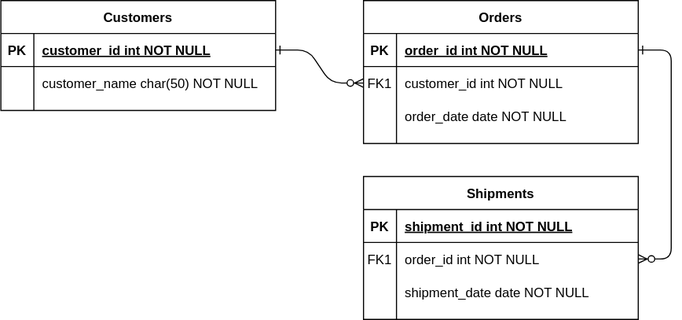
seffu/werafinder keeps this draw.io diagram as charts/werafinder_ERD.svg. Above is the earlier version. Source tidied: cells renumbered, new cells last; positions are measured from the earlier drawing's top-left corner, leaving out a move shared by most shapes.
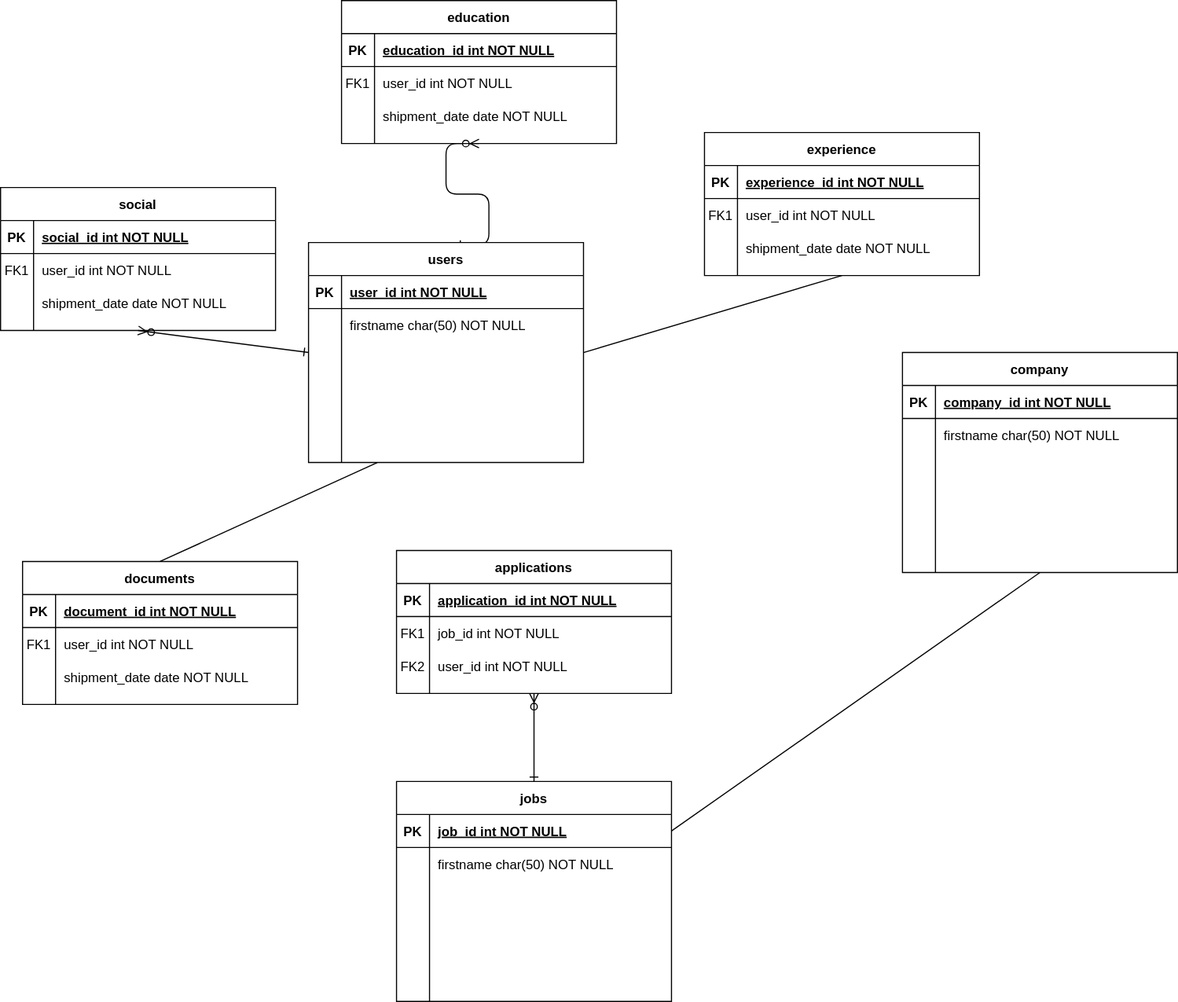
After the change.

What changed in the source:
```diff
@@ -2,44 +2,11 @@
   <root>
     <mxCell id="0" />
     <mxCell id="1" parent="0" />
-    <mxCell id="2" style="edgeStyle=entityRelationEdgeStyle;endArrow=ERzeroToMany;startArrow=ERone;endFill=1;startFill=0;" parent="1" edge="1" source="25" target="8">
+    <mxCell id="2" style="edgeStyle=entityRelationEdgeStyle;endArrow=ERzeroToMany;startArrow=ERone;endFill=1;startFill=0;entryX=0.5;entryY=1;entryDx=0;entryDy=0;exitX=0.536;exitY=0.01;exitDx=0;exitDy=0;exitPerimeter=0;rounded=1;" parent="1" edge="1" source="24" target="14">
       <mxGeometry relative="1" as="geometry" />
     </mxCell>
-    <mxCell id="3" style="edgeStyle=entityRelationEdgeStyle;endArrow=ERzeroToMany;startArrow=ERone;endFill=1;startFill=0;" parent="1" edge="1" source="5" target="18">
-      <mxGeometry relative="1" as="geometry" />
-    </mxCell>
-    <mxCell id="4" value="Orders" style="shape=table;startSize=30;rowLines=0;fontStyle=1;align=center;" parent="1" vertex="1">
-      <mxGeometry x="330" width="250" height="130" as="geometry" />
-    </mxCell>
-    <mxCell id="5" style="shape=partialRectangle;fillColor=none;points=[[0,0.5],[1,0.5]];portConstraint=eastwest;top=0;left=0;right=0;bottom=1;" parent="4" vertex="1">
-      <mxGeometry y="30" width="250" height="30" as="geometry" />
-    </mxCell>
-    <mxCell id="6" value="PK" style="shape=partialRectangle;overflow=hidden;fillColor=none;top=0;left=0;bottom=0;right=0;fontStyle=1;" parent="5" vertex="1">
-      <mxGeometry width="30" height="30" as="geometry" />
-    </mxCell>
-    <mxCell id="7" value="order_id int NOT NULL " style="shape=partialRectangle;overflow=hidden;fillColor=none;top=0;left=0;bottom=0;right=0;align=left;spacingLeft=6;fontStyle=5;" parent="5" vertex="1">
-      <mxGeometry x="30" width="220" height="30" as="geometry" />
-    </mxCell>
-    <mxCell id="8" style="shape=partialRectangle;fillColor=none;points=[[0,0.5],[1,0.5]];portConstraint=eastwest;top=0;left=0;right=0;bottom=0;" parent="4" vertex="1">
-      <mxGeometry y="60" width="250" height="30" as="geometry" />
-    </mxCell>
-    <mxCell id="9" value="FK1" style="shape=partialRectangle;overflow=hidden;fillColor=none;top=0;left=0;bottom=0;right=0;" parent="8" vertex="1">
-      <mxGeometry width="30" height="30" as="geometry" />
-    </mxCell>
-    <mxCell id="10" value="customer_id int NOT NULL" style="shape=partialRectangle;overflow=hidden;fillColor=none;top=0;left=0;bottom=0;right=0;align=left;spacingLeft=6;" parent="8" vertex="1">
-      <mxGeometry x="30" width="220" height="30" as="geometry" />
-    </mxCell>
-    <mxCell id="11" style="shape=partialRectangle;fillColor=none;top=0;left=0;right=0;bottom=0;" parent="4" vertex="1">
-      <mxGeometry y="90" width="250" height="30" as="geometry" />
-    </mxCell>
-    <mxCell id="12" style="shape=partialRectangle;overflow=hidden;fillColor=none;top=0;left=0;bottom=0;right=0;" parent="11" vertex="1">
-      <mxGeometry width="30" height="30" as="geometry" />
-    </mxCell>
-    <mxCell id="13" value="order_date date NOT NULL" style="shape=partialRectangle;overflow=hidden;fillColor=none;top=0;left=0;bottom=0;right=0;align=left;spacingLeft=6;" parent="11" vertex="1">
-      <mxGeometry x="30" width="220" height="30" as="geometry" />
-    </mxCell>
-    <mxCell id="14" value="Shipments" style="shape=table;startSize=30;rowLines=0;fontStyle=1;align=center;" parent="1" vertex="1">
-      <mxGeometry x="330" y="160" width="250" height="130" as="geometry" />
+    <mxCell id="14" value="education" style="shape=table;startSize=30;rowLines=0;fontStyle=1;align=center;" parent="1" vertex="1">
+      <mxGeometry x="220" y="-120" width="250" height="130" as="geometry" />
     </mxCell>
     <mxCell id="15" style="shape=partialRectangle;fillColor=none;top=0;left=0;right=0;bottom=1;" parent="14" vertex="1">
       <mxGeometry y="30" width="250" height="30" as="geometry" />
@@ -47,7 +14,7 @@
     <mxCell id="16" value="PK" style="shape=partialRectangle;overflow=hidden;fillColor=none;top=0;left=0;bottom=0;right=0;fontStyle=1;" parent="15" vertex="1">
       <mxGeometry width="30" height="30" as="geometry" />
     </mxCell>
-    <mxCell id="17" value="shipment_id int NOT NULL " style="shape=partialRectangle;overflow=hidden;fillColor=none;top=0;left=0;bottom=0;right=0;align=left;spacingLeft=6;fontStyle=5;" parent="15" vertex="1">
+    <mxCell id="17" value="education_id int NOT NULL " style="shape=partialRectangle;overflow=hidden;fillColor=none;top=0;left=0;bottom=0;right=0;align=left;spacingLeft=6;fontStyle=5;" parent="15" vertex="1">
       <mxGeometry x="30" width="220" height="30" as="geometry" />
     </mxCell>
     <mxCell id="18" style="shape=partialRectangle;fillColor=none;points=[[0,0.5],[1,0.5]];portConstraint=eastwest;top=0;left=0;right=0;bottom=0;" parent="14" vertex="1">
@@ -56,7 +23,7 @@
     <mxCell id="19" value="FK1" style="shape=partialRectangle;overflow=hidden;fillColor=none;top=0;left=0;bottom=0;right=0;" parent="18" vertex="1">
       <mxGeometry width="30" height="30" as="geometry" />
     </mxCell>
-    <mxCell id="20" value="order_id int NOT NULL" style="shape=partialRectangle;overflow=hidden;fillColor=none;top=0;left=0;bottom=0;right=0;align=left;spacingLeft=6;" parent="18" vertex="1">
+    <mxCell id="20" value="user_id int NOT NULL" style="shape=partialRectangle;overflow=hidden;fillColor=none;top=0;left=0;bottom=0;right=0;align=left;spacingLeft=6;" parent="18" vertex="1">
       <mxGeometry x="30" width="220" height="30" as="geometry" />
     </mxCell>
     <mxCell id="21" style="shape=partialRectangle;fillColor=none;top=0;left=0;right=0;bottom=0;" parent="14" vertex="1">
@@ -68,8 +35,8 @@
     <mxCell id="23" value="shipment_date date NOT NULL" style="shape=partialRectangle;overflow=hidden;fillColor=none;top=0;left=0;bottom=0;right=0;align=left;spacingLeft=6;" parent="21" vertex="1">
       <mxGeometry x="30" width="220" height="30" as="geometry" />
     </mxCell>
-    <mxCell id="24" value="Customers" style="shape=table;startSize=30;rowLines=0;fontStyle=1;align=center;" parent="1" vertex="1">
-      <mxGeometry width="250" height="100" as="geometry" />
+    <mxCell id="24" value="users" style="shape=table;startSize=30;rowLines=0;fontStyle=1;align=center;" parent="1" vertex="1">
+      <mxGeometry x="190" y="100" width="250" height="200" as="geometry" />
     </mxCell>
     <mxCell id="25" style="shape=partialRectangle;fillColor=none;points=[[0,0.5],[1,0.5]];portConstraint=eastwest;top=0;left=0;right=0;bottom=1;" parent="24" vertex="1">
       <mxGeometry y="30" width="250" height="30" as="geometry" />
@@ -77,7 +44,7 @@
     <mxCell id="26" value="PK" style="shape=partialRectangle;overflow=hidden;fillColor=none;top=0;left=0;bottom=0;right=0;fontStyle=1;" parent="25" vertex="1">
       <mxGeometry width="30" height="30" as="geometry" />
     </mxCell>
-    <mxCell id="27" value="customer_id int NOT NULL " style="shape=partialRectangle;overflow=hidden;fillColor=none;top=0;left=0;bottom=0;right=0;align=left;spacingLeft=6;fontStyle=5;" parent="25" vertex="1">
+    <mxCell id="27" value="user_id int NOT NULL " style="shape=partialRectangle;overflow=hidden;fillColor=none;top=0;left=0;bottom=0;right=0;align=left;spacingLeft=6;fontStyle=5;" parent="25" vertex="1">
       <mxGeometry x="30" width="220" height="30" as="geometry" />
     </mxCell>
     <mxCell id="28" style="shape=partialRectangle;fillColor=none;top=0;left=0;right=0;bottom=0;" parent="24" vertex="1">
@@ -86,8 +53,185 @@
     <mxCell id="29" style="shape=partialRectangle;overflow=hidden;fillColor=none;top=0;left=0;bottom=0;right=0;" parent="28" vertex="1">
       <mxGeometry width="30" height="30" as="geometry" />
     </mxCell>
-    <mxCell id="30" value="customer_name char(50) NOT NULL" style="shape=partialRectangle;overflow=hidden;fillColor=none;top=0;left=0;bottom=0;right=0;align=left;spacingLeft=6;" parent="28" vertex="1">
+    <mxCell id="30" value="firstname char(50) NOT NULL" style="shape=partialRectangle;overflow=hidden;fillColor=none;top=0;left=0;bottom=0;right=0;align=left;spacingLeft=6;" parent="28" vertex="1">
       <mxGeometry x="30" width="220" height="30" as="geometry" />
     </mxCell>
+    <mxCell id="31" value="experience" style="shape=table;startSize=30;rowLines=0;fontStyle=1;align=center;" parent="1" vertex="1">
+      <mxGeometry x="550" width="250" height="130" as="geometry" />
+    </mxCell>
+    <mxCell id="32" style="shape=partialRectangle;fillColor=none;top=0;left=0;right=0;bottom=1;" parent="31" vertex="1">
+      <mxGeometry y="30" width="250" height="30" as="geometry" />
+    </mxCell>
+    <mxCell id="33" value="PK" style="shape=partialRectangle;overflow=hidden;fillColor=none;top=0;left=0;bottom=0;right=0;fontStyle=1;" parent="32" vertex="1">
+      <mxGeometry width="30" height="30" as="geometry" />
+    </mxCell>
+    <mxCell id="34" value="experience_id int NOT NULL " style="shape=partialRectangle;overflow=hidden;fillColor=none;top=0;left=0;bottom=0;right=0;align=left;spacingLeft=6;fontStyle=5;" parent="32" vertex="1">
+      <mxGeometry x="30" width="220" height="30" as="geometry" />
+    </mxCell>
+    <mxCell id="35" style="shape=partialRectangle;fillColor=none;top=0;left=0;right=0;bottom=0;" parent="31" vertex="1">
+      <mxGeometry y="60" width="250" height="30" as="geometry" />
+    </mxCell>
+    <mxCell id="36" value="FK1" style="shape=partialRectangle;overflow=hidden;fillColor=none;top=0;left=0;bottom=0;right=0;" parent="35" vertex="1">
+      <mxGeometry width="30" height="30" as="geometry" />
+    </mxCell>
+    <mxCell id="37" value="user_id int NOT NULL" style="shape=partialRectangle;overflow=hidden;fillColor=none;top=0;left=0;bottom=0;right=0;align=left;spacingLeft=6;" parent="35" vertex="1">
+      <mxGeometry x="30" width="220" height="30" as="geometry" />
+    </mxCell>
+    <mxCell id="38" style="shape=partialRectangle;fillColor=none;top=0;left=0;right=0;bottom=0;" parent="31" vertex="1">
+      <mxGeometry y="90" width="250" height="30" as="geometry" />
+    </mxCell>
+    <mxCell id="39" style="shape=partialRectangle;overflow=hidden;fillColor=none;top=0;left=0;bottom=0;right=0;" parent="38" vertex="1">
+      <mxGeometry width="30" height="30" as="geometry" />
+    </mxCell>
+    <mxCell id="40" value="shipment_date date NOT NULL" style="shape=partialRectangle;overflow=hidden;fillColor=none;top=0;left=0;bottom=0;right=0;align=left;spacingLeft=6;" parent="38" vertex="1">
+      <mxGeometry x="30" width="220" height="30" as="geometry" />
+    </mxCell>
+    <mxCell id="41" value="social" style="shape=table;startSize=30;rowLines=0;fontStyle=1;align=center;" parent="1" vertex="1">
+      <mxGeometry x="-90" y="50" width="250" height="130" as="geometry" />
+    </mxCell>
+    <mxCell id="42" style="shape=partialRectangle;fillColor=none;top=0;left=0;right=0;bottom=1;" parent="41" vertex="1">
+      <mxGeometry y="30" width="250" height="30" as="geometry" />
+    </mxCell>
+    <mxCell id="43" value="PK" style="shape=partialRectangle;overflow=hidden;fillColor=none;top=0;left=0;bottom=0;right=0;fontStyle=1;" parent="42" vertex="1">
+      <mxGeometry width="30" height="30" as="geometry" />
+    </mxCell>
+    <mxCell id="44" value="social_id int NOT NULL " style="shape=partialRectangle;overflow=hidden;fillColor=none;top=0;left=0;bottom=0;right=0;align=left;spacingLeft=6;fontStyle=5;" parent="42" vertex="1">
+      <mxGeometry x="30" width="220" height="30" as="geometry" />
+    </mxCell>
+    <mxCell id="45" style="shape=partialRectangle;fillColor=none;top=0;left=0;right=0;bottom=0;" parent="41" vertex="1">
+      <mxGeometry y="60" width="250" height="30" as="geometry" />
+    </mxCell>
+    <mxCell id="46" value="FK1" style="shape=partialRectangle;overflow=hidden;fillColor=none;top=0;left=0;bottom=0;right=0;" parent="45" vertex="1">
+      <mxGeometry width="30" height="30" as="geometry" />
+    </mxCell>
+    <mxCell id="47" value="user_id int NOT NULL" style="shape=partialRectangle;overflow=hidden;fillColor=none;top=0;left=0;bottom=0;right=0;align=left;spacingLeft=6;" parent="45" vertex="1">
+      <mxGeometry x="30" width="220" height="30" as="geometry" />
+    </mxCell>
+    <mxCell id="48" style="shape=partialRectangle;fillColor=none;top=0;left=0;right=0;bottom=0;" parent="41" vertex="1">
+      <mxGeometry y="90" width="250" height="30" as="geometry" />
+    </mxCell>
+    <mxCell id="49" style="shape=partialRectangle;overflow=hidden;fillColor=none;top=0;left=0;bottom=0;right=0;" parent="48" vertex="1">
+      <mxGeometry width="30" height="30" as="geometry" />
+    </mxCell>
+    <mxCell id="50" value="shipment_date date NOT NULL" style="shape=partialRectangle;overflow=hidden;fillColor=none;top=0;left=0;bottom=0;right=0;align=left;spacingLeft=6;" parent="48" vertex="1">
+      <mxGeometry x="30" width="220" height="30" as="geometry" />
+    </mxCell>
+    <mxCell id="51" value="documents" style="shape=table;startSize=30;rowLines=0;fontStyle=1;align=center;" parent="1" vertex="1">
+      <mxGeometry x="-70" y="390" width="250" height="130" as="geometry" />
+    </mxCell>
+    <mxCell id="52" style="shape=partialRectangle;fillColor=none;top=0;left=0;right=0;bottom=1;" parent="51" vertex="1">
+      <mxGeometry y="30" width="250" height="30" as="geometry" />
+    </mxCell>
+    <mxCell id="53" value="PK" style="shape=partialRectangle;overflow=hidden;fillColor=none;top=0;left=0;bottom=0;right=0;fontStyle=1;" parent="52" vertex="1">
+      <mxGeometry width="30" height="30" as="geometry" />
+    </mxCell>
+    <mxCell id="54" value="document_id int NOT NULL " style="shape=partialRectangle;overflow=hidden;fillColor=none;top=0;left=0;bottom=0;right=0;align=left;spacingLeft=6;fontStyle=5;" parent="52" vertex="1">
+      <mxGeometry x="30" width="220" height="30" as="geometry" />
+    </mxCell>
+    <mxCell id="55" style="shape=partialRectangle;fillColor=none;top=0;left=0;right=0;bottom=0;" parent="51" vertex="1">
+      <mxGeometry y="60" width="250" height="30" as="geometry" />
+    </mxCell>
+    <mxCell id="56" value="FK1" style="shape=partialRectangle;overflow=hidden;fillColor=none;top=0;left=0;bottom=0;right=0;" parent="55" vertex="1">
+      <mxGeometry width="30" height="30" as="geometry" />
+    </mxCell>
+    <mxCell id="57" value="user_id int NOT NULL" style="shape=partialRectangle;overflow=hidden;fillColor=none;top=0;left=0;bottom=0;right=0;align=left;spacingLeft=6;" parent="55" vertex="1">
+      <mxGeometry x="30" width="220" height="30" as="geometry" />
+    </mxCell>
+    <mxCell id="58" style="shape=partialRectangle;fillColor=none;top=0;left=0;right=0;bottom=0;" parent="51" vertex="1">
+      <mxGeometry y="90" width="250" height="30" as="geometry" />
+    </mxCell>
+    <mxCell id="59" style="shape=partialRectangle;overflow=hidden;fillColor=none;top=0;left=0;bottom=0;right=0;" parent="58" vertex="1">
+      <mxGeometry width="30" height="30" as="geometry" />
+    </mxCell>
+    <mxCell id="60" value="shipment_date date NOT NULL" style="shape=partialRectangle;overflow=hidden;fillColor=none;top=0;left=0;bottom=0;right=0;align=left;spacingLeft=6;" parent="58" vertex="1">
+      <mxGeometry x="30" width="220" height="30" as="geometry" />
+    </mxCell>
+    <mxCell id="61" value="company" style="shape=table;startSize=30;rowLines=0;fontStyle=1;align=center;" parent="1" vertex="1">
+      <mxGeometry x="730" y="200" width="250" height="200" as="geometry" />
+    </mxCell>
+    <mxCell id="62" style="shape=partialRectangle;fillColor=none;top=0;left=0;right=0;bottom=1;" parent="61" vertex="1">
+      <mxGeometry y="30" width="250" height="30" as="geometry" />
+    </mxCell>
+    <mxCell id="63" value="PK" style="shape=partialRectangle;overflow=hidden;fillColor=none;top=0;left=0;bottom=0;right=0;fontStyle=1;" parent="62" vertex="1">
+      <mxGeometry width="30" height="30" as="geometry" />
+    </mxCell>
+    <mxCell id="64" value="company_id int NOT NULL " style="shape=partialRectangle;overflow=hidden;fillColor=none;top=0;left=0;bottom=0;right=0;align=left;spacingLeft=6;fontStyle=5;" parent="62" vertex="1">
+      <mxGeometry x="30" width="220" height="30" as="geometry" />
+    </mxCell>
+    <mxCell id="65" style="shape=partialRectangle;fillColor=none;top=0;left=0;right=0;bottom=0;" parent="61" vertex="1">
+      <mxGeometry y="60" width="250" height="30" as="geometry" />
+    </mxCell>
+    <mxCell id="66" style="shape=partialRectangle;overflow=hidden;fillColor=none;top=0;left=0;bottom=0;right=0;" parent="65" vertex="1">
+      <mxGeometry width="30" height="30" as="geometry" />
+    </mxCell>
+    <mxCell id="67" value="firstname char(50) NOT NULL" style="shape=partialRectangle;overflow=hidden;fillColor=none;top=0;left=0;bottom=0;right=0;align=left;spacingLeft=6;" parent="65" vertex="1">
+      <mxGeometry x="30" width="220" height="30" as="geometry" />
+    </mxCell>
+    <mxCell id="68" value="jobs" style="shape=table;startSize=30;rowLines=0;fontStyle=1;align=center;" parent="1" vertex="1">
+      <mxGeometry x="270" y="590" width="250" height="200" as="geometry" />
+    </mxCell>
+    <mxCell id="69" style="shape=partialRectangle;fillColor=none;points=[[0,0.5],[1,0.5]];portConstraint=eastwest;top=0;left=0;right=0;bottom=1;" parent="68" vertex="1">
+      <mxGeometry y="30" width="250" height="30" as="geometry" />
+    </mxCell>
+    <mxCell id="70" value="PK" style="shape=partialRectangle;overflow=hidden;fillColor=none;top=0;left=0;bottom=0;right=0;fontStyle=1;" parent="69" vertex="1">
+      <mxGeometry width="30" height="30" as="geometry" />
+    </mxCell>
+    <mxCell id="71" value="job_id int NOT NULL " style="shape=partialRectangle;overflow=hidden;fillColor=none;top=0;left=0;bottom=0;right=0;align=left;spacingLeft=6;fontStyle=5;" parent="69" vertex="1">
+      <mxGeometry x="30" width="220" height="30" as="geometry" />
+    </mxCell>
+    <mxCell id="72" style="shape=partialRectangle;fillColor=none;top=0;left=0;right=0;bottom=0;" parent="68" vertex="1">
+      <mxGeometry y="60" width="250" height="30" as="geometry" />
+    </mxCell>
+    <mxCell id="73" style="shape=partialRectangle;overflow=hidden;fillColor=none;top=0;left=0;bottom=0;right=0;" parent="72" vertex="1">
+      <mxGeometry width="30" height="30" as="geometry" />
+    </mxCell>
+    <mxCell id="74" value="firstname char(50) NOT NULL" style="shape=partialRectangle;overflow=hidden;fillColor=none;top=0;left=0;bottom=0;right=0;align=left;spacingLeft=6;" parent="72" vertex="1">
+      <mxGeometry x="30" width="220" height="30" as="geometry" />
+    </mxCell>
+    <mxCell id="75" value="applications" style="shape=table;startSize=30;rowLines=0;fontStyle=1;align=center;" parent="1" vertex="1">
+      <mxGeometry x="270" y="380" width="250" height="130" as="geometry" />
+    </mxCell>
+    <mxCell id="76" style="shape=partialRectangle;fillColor=none;top=0;left=0;right=0;bottom=1;" parent="75" vertex="1">
+      <mxGeometry y="30" width="250" height="30" as="geometry" />
+    </mxCell>
+    <mxCell id="77" value="PK" style="shape=partialRectangle;overflow=hidden;fillColor=none;top=0;left=0;bottom=0;right=0;fontStyle=1;" parent="76" vertex="1">
+      <mxGeometry width="30" height="30" as="geometry" />
+    </mxCell>
+    <mxCell id="78" value="application_id int NOT NULL " style="shape=partialRectangle;overflow=hidden;fillColor=none;top=0;left=0;bottom=0;right=0;align=left;spacingLeft=6;fontStyle=5;" parent="76" vertex="1">
+      <mxGeometry x="30" width="220" height="30" as="geometry" />
+    </mxCell>
+    <mxCell id="79" style="shape=partialRectangle;fillColor=none;top=0;left=0;right=0;bottom=0;" parent="75" vertex="1">
+      <mxGeometry y="60" width="250" height="30" as="geometry" />
+    </mxCell>
+    <mxCell id="80" value="FK1" style="shape=partialRectangle;overflow=hidden;fillColor=none;top=0;left=0;bottom=0;right=0;" parent="79" vertex="1">
+      <mxGeometry width="30" height="30" as="geometry" />
+    </mxCell>
+    <mxCell id="81" value="job_id int NOT NULL" style="shape=partialRectangle;overflow=hidden;fillColor=none;top=0;left=0;bottom=0;right=0;align=left;spacingLeft=6;" parent="79" vertex="1">
+      <mxGeometry x="30" width="220" height="30" as="geometry" />
+    </mxCell>
+    <mxCell id="82" style="shape=partialRectangle;fillColor=none;top=0;left=0;right=0;bottom=0;" parent="75" vertex="1">
+      <mxGeometry y="90" width="250" height="30" as="geometry" />
+    </mxCell>
+    <mxCell id="83" value="FK2" style="shape=partialRectangle;overflow=hidden;fillColor=none;top=0;left=0;bottom=0;right=0;" parent="82" vertex="1">
+      <mxGeometry width="30" height="30" as="geometry" />
+    </mxCell>
+    <mxCell id="84" value="user_id int NOT NULL" style="shape=partialRectangle;overflow=hidden;fillColor=none;top=0;left=0;bottom=0;right=0;align=left;spacingLeft=6;" parent="82" vertex="1">
+      <mxGeometry x="30" width="220" height="30" as="geometry" />
+    </mxCell>
+    <mxCell id="85" style="endArrow=ERzeroToMany;html=1;rounded=1;strokeColor=default;endFill=0;exitX=0;exitY=0.5;exitDx=0;exitDy=0;entryX=0.5;entryY=1;entryDx=0;entryDy=0;startArrow=ERone;startFill=0;" parent="1" edge="1" source="24" target="41">
+      <mxGeometry relative="1" as="geometry" />
+    </mxCell>
+    <mxCell id="86" style="endArrow=ERzeroToMany;html=1;rounded=0;strokeColor=default;entryX=0.5;entryY=1;entryDx=0;entryDy=0;exitX=0.5;exitY=0;exitDx=0;exitDy=0;startArrow=ERone;startFill=0;endFill=0;" parent="1" edge="1" source="68" target="75">
+      <mxGeometry relative="1" as="geometry" />
+    </mxCell>
+    <mxCell id="87" style="endArrow=none;html=1;rounded=1;strokeColor=default;exitX=0.5;exitY=0;exitDx=0;exitDy=0;entryX=0.25;entryY=1;entryDx=0;entryDy=0;" parent="1" edge="1" source="51" target="24">
+      <mxGeometry relative="1" as="geometry" />
+    </mxCell>
+    <mxCell id="88" style="endArrow=none;html=1;rounded=1;strokeColor=default;entryX=0.5;entryY=1;entryDx=0;entryDy=0;exitX=1;exitY=0.5;exitDx=0;exitDy=0;" parent="1" edge="1" source="69" target="61">
+      <mxGeometry relative="1" as="geometry" />
+    </mxCell>
+    <mxCell id="89" style="endArrow=none;html=1;rounded=1;strokeColor=default;entryX=0.5;entryY=1;entryDx=0;entryDy=0;exitX=1;exitY=0.5;exitDx=0;exitDy=0;" parent="1" edge="1" source="24" target="31">
+      <mxGeometry relative="1" as="geometry" />
+    </mxCell>
   </root>
 </mxGraphModel>
```
